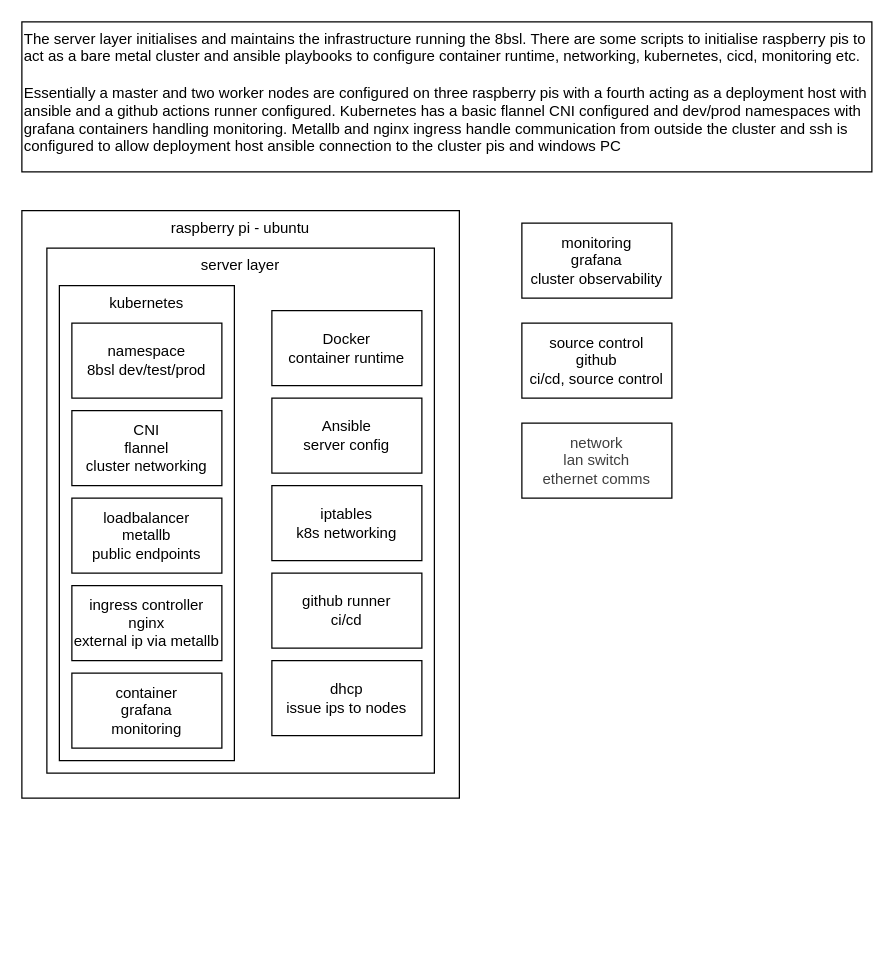
This is diagrams/server.drawio from mchellmer/nineteenseventytwo-eightbitsaxlounge, a draw.io file, before an edit. Source tidied: cells renumbered, new cells numbered last; positions are measured from the earlier drawing's top-left corner, leaving out a move shared by most shapes. Both pictures are drawn from the tidied source at 125%, with x=0, y=0 at pixel (21, 21).
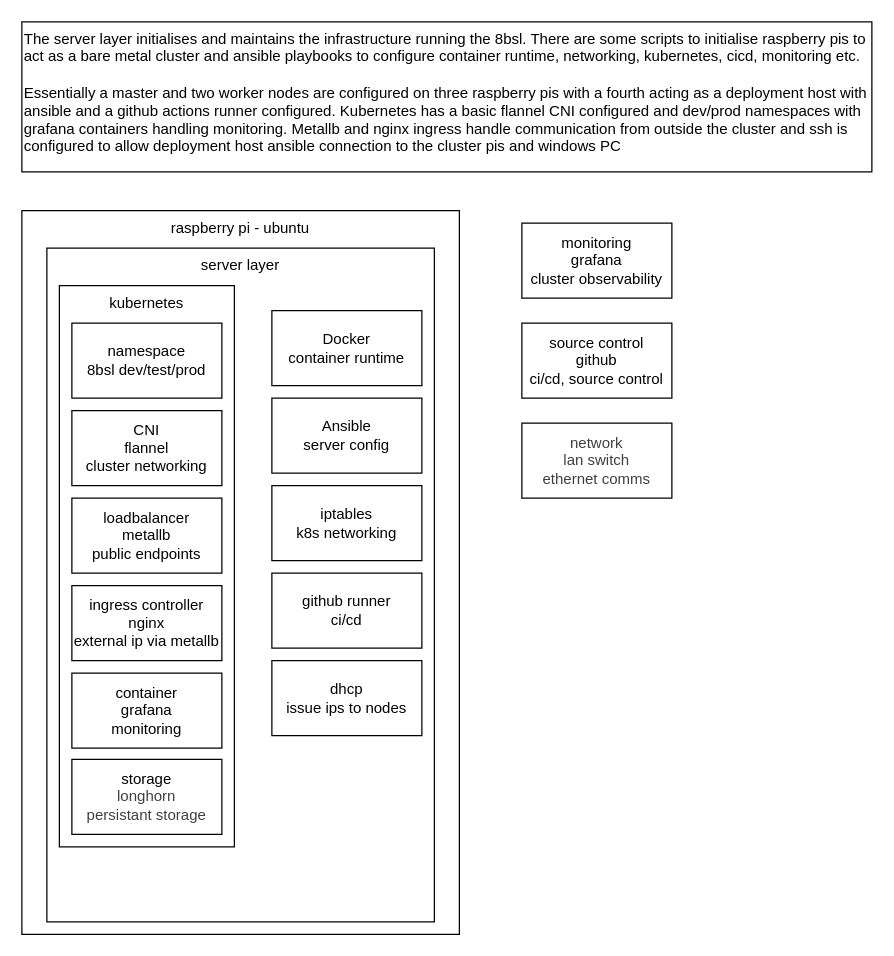
After the change.

What changed in the source:
```diff
@@
 <mxGraphModel>
   <root>
     <mxCell id="0" />
     <mxCell id="1" parent="0" />
     <mxCell id="2" value="raspberry pi - ubuntu" style="rounded=0;whiteSpace=wrap;html=1;verticalAlign=top;" parent="1" vertex="1">
-      <mxGeometry y="151" width="350" height="470" as="geometry" />
+      <mxGeometry y="151" width="350" height="579" as="geometry" />
     </mxCell>
     <mxCell id="3" value="server layer" style="rounded=0;whiteSpace=wrap;html=1;verticalAlign=top;" parent="1" vertex="1">
-      <mxGeometry x="20" y="181" width="310" height="420" as="geometry" />
+      <mxGeometry x="20" y="181" width="310" height="539" as="geometry" />
     </mxCell>
     <mxCell id="4" value="kubernetes" style="rounded=0;whiteSpace=wrap;html=1;verticalAlign=top;" parent="1" vertex="1">
-      <mxGeometry x="30" y="211" width="140" height="380" as="geometry" />
+      <mxGeometry x="30" y="211" width="140" height="449" as="geometry" />
     </mxCell>
     <mxCell id="5" value="loadbalancer&lt;div&gt;metallb&lt;/div&gt;&lt;div&gt;public endpoints&lt;/div&gt;" style="rounded=0;whiteSpace=wrap;html=1;" parent="1" vertex="1">
       <mxGeometry x="40" y="381" width="120" height="60" as="geometry" />
     </mxCell>
     <mxCell id="6" value="container&lt;div&gt;grafana&lt;/div&gt;&lt;div&gt;monitoring&lt;/div&gt;" style="rounded=0;whiteSpace=wrap;html=1;" parent="1" vertex="1">
       <mxGeometry x="40" y="521" width="120" height="60" as="geometry" />
     </mxCell>
     <mxCell id="7" value="namespace&lt;div&gt;8bsl dev/test/prod&lt;/div&gt;" style="rounded=0;whiteSpace=wrap;html=1;" parent="1" vertex="1">
       <mxGeometry x="40" y="241" width="120" height="60" as="geometry" />
     </mxCell>
     <mxCell id="8" value="&lt;div&gt;&lt;font color=&quot;#000000&quot;&gt;ingress controller&lt;/font&gt;&lt;/div&gt;&lt;div&gt;nginx&lt;/div&gt;&lt;div&gt;external ip via metallb&lt;/div&gt;" style="rounded=0;whiteSpace=wrap;html=1;" parent="1" vertex="1">
       <mxGeometry x="40" y="451" width="120" height="60" as="geometry" />
     </mxCell>
     <mxCell id="9" value="&lt;div&gt;&lt;font color=&quot;#000000&quot;&gt;CNI&lt;/font&gt;&lt;/div&gt;&lt;div&gt;&lt;font color=&quot;#000000&quot;&gt;flannel&lt;/font&gt;&lt;/div&gt;&lt;div&gt;&lt;font color=&quot;#000000&quot;&gt;cluster networking&lt;/font&gt;&lt;/div&gt;" style="rounded=0;whiteSpace=wrap;html=1;" parent="1" vertex="1">
       <mxGeometry x="40" y="311" width="120" height="60" as="geometry" />
     </mxCell>
     <mxCell id="10" value="Docker&lt;div&gt;container runtime&lt;/div&gt;" style="rounded=0;whiteSpace=wrap;html=1;" parent="1" vertex="1">
       <mxGeometry x="200" y="231" width="120" height="60" as="geometry" />
     </mxCell>
     <mxCell id="11" value="Ansible&lt;div&gt;server config&lt;/div&gt;" style="rounded=0;whiteSpace=wrap;html=1;" parent="1" vertex="1">
       <mxGeometry x="200" y="301" width="120" height="60" as="geometry" />
     </mxCell>
     <mxCell id="12" value="iptables&lt;div&gt;k8s networking&lt;/div&gt;" style="rounded=0;whiteSpace=wrap;html=1;" parent="1" vertex="1">
       <mxGeometry x="200" y="371" width="120" height="60" as="geometry" />
     </mxCell>
     <mxCell id="13" value="github runner&lt;div&gt;ci/cd&lt;/div&gt;" style="rounded=0;whiteSpace=wrap;html=1;" parent="1" vertex="1">
       <mxGeometry x="200" y="441" width="120" height="60" as="geometry" />
     </mxCell>
     <mxCell id="14" value="dhcp&lt;div&gt;issue ips to nodes&lt;/div&gt;" style="rounded=0;whiteSpace=wrap;html=1;" parent="1" vertex="1">
       <mxGeometry x="200" y="511" width="120" height="60" as="geometry" />
     </mxCell>
     <mxCell id="15" value="&lt;div&gt;monitoring&lt;/div&gt;grafana&lt;div&gt;cluster observability&lt;/div&gt;" style="rounded=0;whiteSpace=wrap;html=1;" parent="1" vertex="1">
       <mxGeometry x="400" y="161" width="120" height="60" as="geometry" />
     </mxCell>
     <mxCell id="16" value="&lt;div&gt;source control&lt;/div&gt;github&lt;div&gt;ci/cd, source control&lt;/div&gt;" style="rounded=0;whiteSpace=wrap;html=1;" parent="1" vertex="1">
       <mxGeometry x="400" y="241" width="120" height="60" as="geometry" />
     </mxCell>
     <mxCell id="17" value="&lt;div&gt;&lt;span style=&quot;color: rgb(63, 63, 63); background-color: transparent;&quot;&gt;network&lt;/span&gt;&lt;/div&gt;&lt;div&gt;&lt;span style=&quot;color: rgb(63, 63, 63); background-color: transparent;&quot;&gt;lan switch&lt;/span&gt;&lt;/div&gt;&lt;div&gt;&lt;span style=&quot;color: rgb(63, 63, 63); background-color: transparent;&quot;&gt;ethernet comms&lt;/span&gt;&lt;/div&gt;" style="rounded=0;whiteSpace=wrap;html=1;" parent="1" vertex="1">
       <mxGeometry x="400" y="321" width="120" height="60" as="geometry" />
     </mxCell>
     <mxCell id="18" value="The server layer initialises and maintains the infrastructure running the 8bsl. There are some scripts to initialise raspberry pis to act as a bare metal cluster and ansible playbooks to configure container runtime, networking, kubernetes, cicd, monitoring etc.&lt;div&gt;&lt;br&gt;&lt;/div&gt;&lt;div&gt;Essentially a master and two worker nodes are configured on three raspberry pis with a fourth acting as a deployment host with ansible and a github actions runner configured. Kubernetes has a basic flannel CNI configured and dev/prod namespaces with grafana containers handling monitoring. Metallb and nginx ingress handle communication from outside the cluster and ssh is configured to allow deployment host ansible connection to the cluster pis and windows PC&lt;/div&gt;" style="rounded=0;whiteSpace=wrap;html=1;verticalAlign=top;align=left;" parent="1" vertex="1">
       <mxGeometry width="680" height="120" as="geometry" />
     </mxCell>
+    <mxCell id="19" value="&lt;div&gt;&lt;font color=&quot;#000000&quot;&gt;storage&lt;/font&gt;&lt;/div&gt;&lt;div&gt;&lt;span style=&quot;color: rgb(63, 63, 63); background-color: transparent;&quot;&gt;longhorn&lt;/span&gt;&lt;/div&gt;&lt;div&gt;&lt;span style=&quot;color: rgb(63, 63, 63); background-color: transparent;&quot;&gt;persistant storage&lt;/span&gt;&lt;/div&gt;" style="rounded=0;whiteSpace=wrap;html=1;" parent="1" vertex="1">
+      <mxGeometry x="40" y="590" width="120" height="60" as="geometry" />
+    </mxCell>
   </root>
 </mxGraphModel>
```
